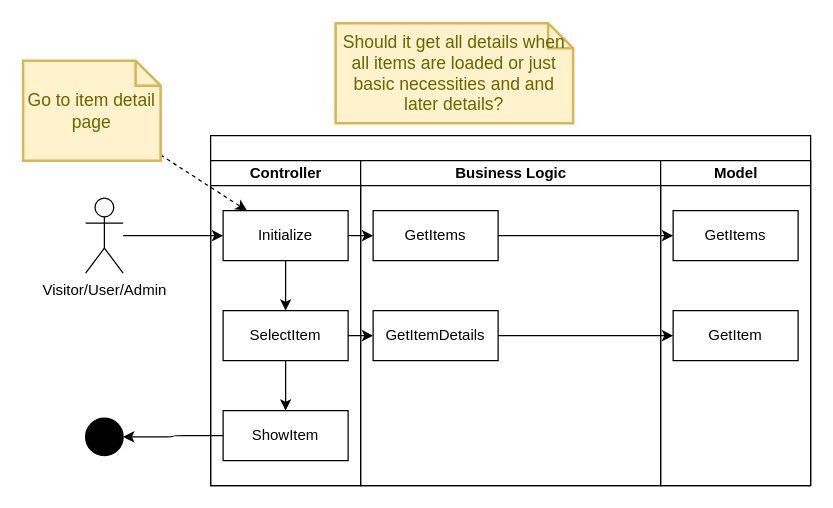
JochemGrootherder/educom-webshop-runtime-records keeps this draw.io diagram as diagrams/ASD/SeeDetails.drawio. Above is the earlier version. Source tidied: cells renumbered, new cells numbered last; positions are measured from the earlier drawing's top-left corner, leaving out a move shared by most shapes. Both pictures are drawn from the tidied source at 125%, with x=0, y=0 at pixel (22, 22).
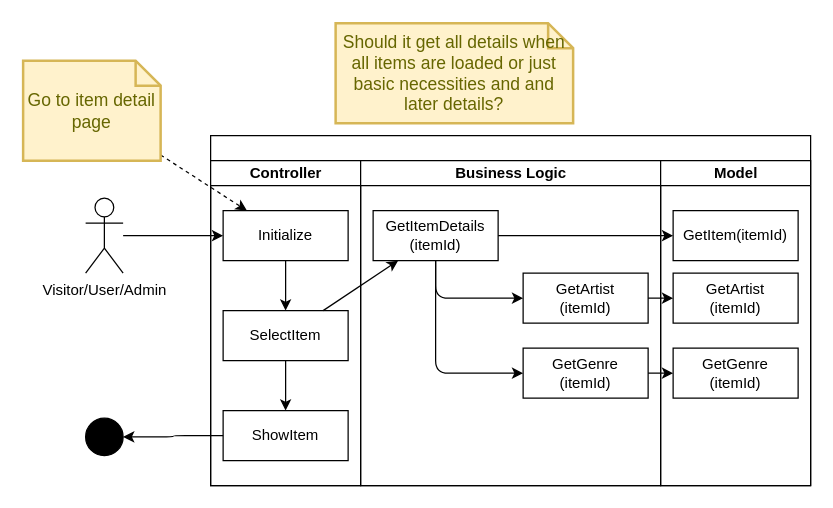
After the change.

The change refers to these unchanged cells:
```xml
<mxCell id="2" style="swimlane;startSize=20;html=1;" parent="1" vertex="1">
  <mxGeometry x="150" y="90" width="480" height="280" as="geometry" />
</mxCell>
<mxCell id="5" value="Initialize" style="rounded=0;whiteSpace=wrap;html=1;" parent="3" vertex="1">
  <mxGeometry x="10" y="40" width="100" height="40" as="geometry" />
</mxCell>
<mxCell id="9" value="Business Logic" style="swimlane;startSize=20;html=1;" parent="2" vertex="1">
  <mxGeometry x="120" y="20" width="240" height="260" as="geometry" />
</mxCell>
<mxCell id="12" value="Model" style="swimlane;startSize=20;html=1;" parent="2" vertex="1">
  <mxGeometry x="360" y="20" width="120" height="260" as="geometry" />
</mxCell>
```

What changed in the source:
```diff
@@
+    <mxCell id="26" style="edgeStyle=orthogonalEdgeStyle;html=1;" parent="9" edge="1" source="10" target="28">
+      <mxGeometry relative="1" as="geometry">
+        <Array as="points">
+          <mxPoint x="60" y="110" />
+        </Array>
+      </mxGeometry>
+    </mxCell>
+    <mxCell id="27" style="edgeStyle=orthogonalEdgeStyle;html=1;" parent="9" edge="1" source="10" target="29">
+      <mxGeometry relative="1" as="geometry">
+        <Array as="points">
+          <mxPoint x="60" y="170" />
+        </Array>
+      </mxGeometry>
+    </mxCell>
-    <mxCell id="10" value="GetItemDetails" style="rounded=0;whiteSpace=wrap;html=1;" parent="9" vertex="1">
-      <mxGeometry x="10" y="120" width="100" height="40" as="geometry" />
+    <mxCell id="10" value="GetItemDetails&lt;br&gt;(itemId)" style="rounded=0;whiteSpace=wrap;html=1;" parent="9" vertex="1">
+      <mxGeometry x="10" y="40" width="100" height="40" as="geometry" />
     </mxCell>
-    <mxCell id="11" value="GetItems" style="rounded=0;whiteSpace=wrap;html=1;" parent="9" vertex="1">
-      <mxGeometry x="10" y="40" width="100" height="40" as="geometry" />
-    </mxCell>
+    <mxCell id="28" value="GetArtist&lt;br&gt;(itemId)" style="rounded=0;whiteSpace=wrap;html=1;" parent="9" vertex="1">
+      <mxGeometry x="130" y="90" width="100" height="40" as="geometry" />
+    </mxCell>
+    <mxCell id="29" value="GetGenre&lt;br&gt;(itemId)" style="rounded=0;whiteSpace=wrap;html=1;" parent="9" vertex="1">
+      <mxGeometry x="130" y="150" width="100" height="40" as="geometry" />
+    </mxCell>
@@
-    <mxCell id="13" value="GetItems" style="rounded=0;whiteSpace=wrap;html=1;" parent="12" vertex="1">
-      <mxGeometry x="10" y="40" width="100" height="40" as="geometry" />
-    </mxCell>
-    <mxCell id="14" value="GetItem" style="rounded=0;whiteSpace=wrap;html=1;" parent="12" vertex="1">
-      <mxGeometry x="10" y="120" width="100" height="40" as="geometry" />
+    <mxCell id="14" value="GetItem(itemId)" style="rounded=0;whiteSpace=wrap;html=1;" parent="12" vertex="1">
+      <mxGeometry x="10" y="40" width="100" height="40" as="geometry" />
     </mxCell>
+    <mxCell id="30" value="GetArtist&lt;br&gt;(itemId)" style="rounded=0;whiteSpace=wrap;html=1;" parent="12" vertex="1">
+      <mxGeometry x="10" y="90" width="100" height="40" as="geometry" />
+    </mxCell>
+    <mxCell id="31" value="GetGenre&lt;br&gt;(itemId)" style="rounded=0;whiteSpace=wrap;html=1;" parent="12" vertex="1">
+      <mxGeometry x="10" y="150" width="100" height="40" as="geometry" />
+    </mxCell>
@@
-    <mxCell id="16" style="edgeStyle=none;html=1;" parent="2" edge="1" source="5" target="11">
-      <mxGeometry relative="1" as="geometry" />
-    </mxCell>
-    <mxCell id="17" style="edgeStyle=none;html=1;" parent="2" edge="1" source="11" target="13">
-      <mxGeometry relative="1" as="geometry" />
-    </mxCell>
@@
+    <mxCell id="32" style="edgeStyle=orthogonalEdgeStyle;html=1;" parent="2" edge="1" source="28" target="30">
+      <mxGeometry relative="1" as="geometry" />
+    </mxCell>
+    <mxCell id="33" style="edgeStyle=orthogonalEdgeStyle;html=1;" parent="2" edge="1" source="29" target="31">
+      <mxGeometry relative="1" as="geometry" />
+    </mxCell>
```
